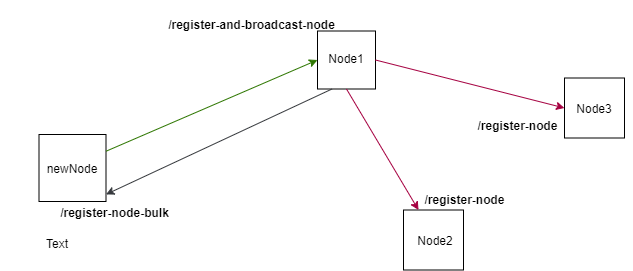
Earlier version of the draw.io export api-endpoint-diagrams/networking/networking.drawio.png (raghav1674/create-blockchain-js). Source tidied: cells renumbered, new cells last; positions are measured from the earlier drawing's top-left corner, leaving out a move shared by most shapes.
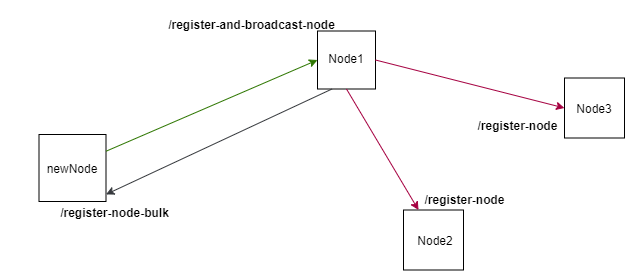
After the commit.

Commit message:
added: diagram for broadcast endpoints

Diff of the diagram source:
```diff
@@ -50,8 +50,5 @@
     <mxCell id="17" value="&lt;font color=&quot;#000000&quot;&gt;&lt;b&gt;/register-node&lt;/b&gt;&lt;/font&gt;" style="text;html=1;align=center;verticalAlign=middle;whiteSpace=wrap;rounded=0;rotation=0;" parent="1" vertex="1">
       <mxGeometry x="403" y="100.5" width="229" height="48.5" as="geometry" />
     </mxCell>
-    <mxCell id="18" value="Text" style="text;html=1;strokeColor=none;fillColor=none;align=center;verticalAlign=middle;whiteSpace=wrap;rounded=0;dashed=1;" parent="1" vertex="1">
-      <mxGeometry x="37" y="232.5" width="40" height="20" as="geometry" />
-    </mxCell>
   </root>
 </mxGraphModel>
```
